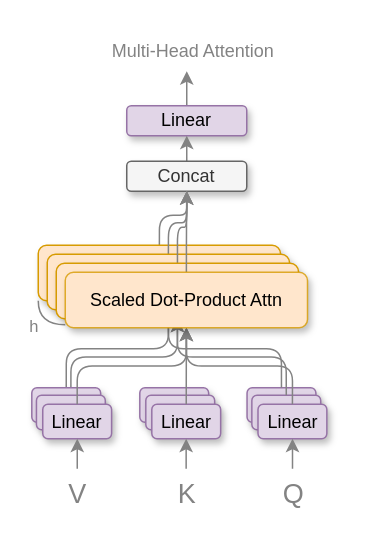
This is page "Page-2" (2 of 2) of transformer.drawio from saforem2/diagrams, a draw.io file, before an edit. Source tidied: cells renumbered, new cells numbered last; positions are measured from the earlier drawing's top-left corner, leaving out a move shared by most shapes. Both pictures are drawn from the tidied source at 150%, with x=0, y=0 at pixel (32, 32).
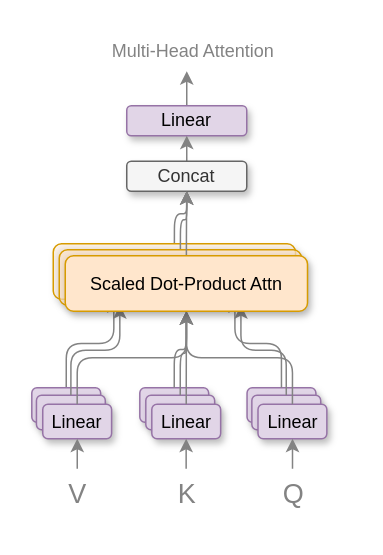
The same diagram, later.

Unchanged cells that the change refers to:
```xml
<mxCell id="5" value="K" style="text;html=1;align=center;verticalAlign=middle;points=[];strokeColor=none;fillColor=none;fontSize=18;fontFamily=IBM Plex Mono;fontColor=#838383;shadow=1;" parent="1" vertex="1">
  <mxGeometry x="88.1" y="291" width="29" height="34" as="geometry" />
</mxCell>
<mxCell id="10" value="Concat" style="whiteSpace=wrap;html=1;rounded=1;strokeColor=#666666;fontFamily=IBM Plex Mono;fontSize=12;fillColor=#f5f5f5;fontColor=#333333;shadow=1;" parent="1" vertex="1">
  <mxGeometry x="63" y="86" width="80" height="20" as="geometry" />
</mxCell>
<mxCell id="13" style="whiteSpace=wrap;html=1;strokeColor=#9673a6;fontFamily=IBM Plex Mono;fontSize=12;fillColor=#e1d5e7;rounded=1;fillOpacity=100;shadow=1;" parent="12" vertex="1">
  <mxGeometry width="45.9" height="23" as="geometry" />
</mxCell>
<mxCell id="14" style="whiteSpace=wrap;html=1;strokeColor=#9673a6;fontFamily=IBM Plex Mono;fontSize=12;fillColor=#e1d5e7;rounded=1;fillOpacity=100;shadow=1;" parent="12" vertex="1">
  <mxGeometry x="3.1" y="5" width="45.9" height="23" as="geometry" />
</mxCell>
<mxCell id="15" value="Linear" style="whiteSpace=wrap;html=1;strokeColor=#9673a6;fontFamily=IBM Plex Mono;fontSize=12;fillColor=#e1d5e7;rounded=1;shadow=1;fillOpacity=100;" parent="12" vertex="1">
  <mxGeometry x="7.3" y="11" width="45.9" height="23" as="geometry" />
</mxCell>
<mxCell id="16" style="whiteSpace=wrap;html=1;strokeColor=#9673a6;fontFamily=IBM Plex Mono;fontSize=12;fillColor=#e1d5e7;rounded=1;fillOpacity=100;shadow=1;" parent="12" vertex="1">
  <mxGeometry x="72" width="45.9" height="23" as="geometry" />
</mxCell>
<mxCell id="17" style="whiteSpace=wrap;html=1;strokeColor=#9673a6;fontFamily=IBM Plex Mono;fontSize=12;fillColor=#e1d5e7;rounded=1;fillOpacity=100;shadow=1;" parent="12" vertex="1">
  <mxGeometry x="76" y="5" width="45.9" height="23" as="geometry" />
</mxCell>
<mxCell id="18" value="Linear" style="whiteSpace=wrap;html=1;strokeColor=#9673a6;fontFamily=IBM Plex Mono;fontSize=12;fillColor=#e1d5e7;rounded=1;shadow=1;fillOpacity=100;" parent="12" vertex="1">
  <mxGeometry x="80" y="11" width="45.9" height="23" as="geometry" />
</mxCell>
<mxCell id="19" style="whiteSpace=wrap;html=1;strokeColor=#9673a6;fontFamily=IBM Plex Mono;fontSize=12;fillColor=#e1d5e7;rounded=1;fillOpacity=100;shadow=1;" parent="12" vertex="1">
  <mxGeometry x="143.5" width="45.9" height="23" as="geometry" />
</mxCell>
<mxCell id="20" style="whiteSpace=wrap;html=1;strokeColor=#9673a6;fontFamily=IBM Plex Mono;fontSize=12;fillColor=#e1d5e7;rounded=1;fillOpacity=100;shadow=1;" parent="12" vertex="1">
  <mxGeometry x="146.7" y="5" width="45.9" height="23" as="geometry" />
</mxCell>
```

Diff of the diagram source:
```diff
@@
-    <mxCell id="2" style="edgeStyle=orthogonalEdgeStyle;shape=connector;rounded=1;jettySize=auto;html=1;exitX=0.5;exitY=0;exitDx=0;exitDy=0;entryX=0.5;entryY=1;entryDx=0;entryDy=0;labelBackgroundColor=default;strokeColor=#838383;fontFamily=Helvetica;fontSize=12;fontColor=#838383;endArrow=classic;" parent="1" edge="1" source="14" target="34">
-      <mxGeometry relative="1" as="geometry" />
-    </mxCell>
+    <mxCell id="31" style="edgeStyle=orthogonalEdgeStyle;shape=connector;rounded=1;jettySize=auto;html=1;exitX=0.5;exitY=0;exitDx=0;exitDy=0;labelBackgroundColor=default;strokeColor=#838383;align=center;verticalAlign=middle;fontFamily=Helvetica;fontSize=12;fontColor=#838383;endArrow=classic;" parent="1" edge="1" source="32" target="10">
+      <mxGeometry relative="1" as="geometry" />
+    </mxCell>
+    <mxCell id="32" style="whiteSpace=wrap;html=1;strokeColor=#d79b00;fontFamily=IBM Plex Mono;fontSize=12;fillColor=#ffe6cc;rounded=1;fillOpacity=40;shadow=1;flipV=1;flipH=0;strokeOpacity=100;" parent="1" vertex="1">
+      <mxGeometry x="14" y="141" width="161.5" height="37" as="geometry" />
+    </mxCell>
+    <mxCell id="29" style="edgeStyle=orthogonalEdgeStyle;shape=connector;rounded=1;jettySize=auto;html=1;exitX=0.5;exitY=0;exitDx=0;exitDy=0;labelBackgroundColor=default;strokeColor=#838383;align=center;verticalAlign=middle;fontFamily=Helvetica;fontSize=12;fontColor=#838383;endArrow=classic;" parent="1" edge="1" source="30" target="10">
+      <mxGeometry relative="1" as="geometry" />
+    </mxCell>
+    <mxCell id="30" style="whiteSpace=wrap;html=1;strokeColor=#d79b00;fontFamily=IBM Plex Mono;fontSize=12;fillColor=#ffe6cc;rounded=1;fillOpacity=69;shadow=1;flipV=1;flipH=0;strokeOpacity=100;" parent="1" vertex="1">
+      <mxGeometry x="18" y="145" width="161.5" height="37" as="geometry" />
+    </mxCell>
-    <mxCell id="3" style="edgeStyle=orthogonalEdgeStyle;shape=connector;rounded=1;jettySize=auto;html=1;exitX=0.5;exitY=0;exitDx=0;exitDy=0;entryX=0.5;entryY=1;entryDx=0;entryDy=0;labelBackgroundColor=default;strokeColor=#838383;fontFamily=Helvetica;fontSize=12;fontColor=#838383;endArrow=classic;" parent="1" edge="1" source="13" target="32">
+    <mxCell id="3" style="edgeStyle=orthogonalEdgeStyle;shape=connector;rounded=1;jettySize=auto;html=1;exitX=0.5;exitY=0;exitDx=0;exitDy=0;entryX=0.25;entryY=1;entryDx=0;entryDy=0;labelBackgroundColor=default;strokeColor=#838383;fontFamily=Helvetica;fontSize=12;fontColor=#838383;endArrow=classic;" parent="1" edge="1" source="13" target="32">
       <mxGeometry relative="1" as="geometry" />
     </mxCell>
@@
-    <mxCell id="24" style="edgeStyle=orthogonalEdgeStyle;shape=connector;rounded=1;jettySize=auto;html=1;exitX=0.5;exitY=0;exitDx=0;exitDy=0;entryX=0.5;entryY=1;entryDx=0;entryDy=0;labelBackgroundColor=default;strokeColor=#838383;fontFamily=Helvetica;fontSize=12;fontColor=#838383;endArrow=classic;" parent="1" edge="1" source="15" target="38">
+    <mxCell id="24" style="edgeStyle=orthogonalEdgeStyle;shape=connector;rounded=1;jettySize=auto;html=1;exitX=0.5;exitY=0;exitDx=0;exitDy=0;entryX=0.5;entryY=1;entryDx=0;entryDy=0;labelBackgroundColor=default;strokeColor=#838383;fontFamily=Helvetica;fontSize=10;fontColor=#838383;endArrow=classic;" parent="1" edge="1" source="15" target="38">
       <mxGeometry relative="1" as="geometry" />
     </mxCell>
@@
-    <mxCell id="27" style="edgeStyle=orthogonalEdgeStyle;shape=connector;rounded=1;jettySize=auto;html=1;exitX=0.5;exitY=0;exitDx=0;exitDy=0;labelBackgroundColor=default;strokeColor=#838383;fontFamily=Helvetica;fontSize=12;fontColor=#838383;endArrow=classic;" parent="1" edge="1" source="20" target="34">
+    <mxCell id="27" style="edgeStyle=orthogonalEdgeStyle;shape=connector;rounded=1;jettySize=auto;html=1;exitX=0.5;exitY=0;exitDx=0;exitDy=0;labelBackgroundColor=default;strokeColor=#838383;fontFamily=Helvetica;fontSize=12;fontColor=#838383;endArrow=classic;entryX=0.75;entryY=1;entryDx=0;entryDy=0;" parent="1" edge="1" source="20" target="30">
       <mxGeometry relative="1" as="geometry" />
     </mxCell>
-    <mxCell id="28" style="edgeStyle=orthogonalEdgeStyle;shape=connector;rounded=1;jettySize=auto;html=1;exitX=0.5;exitY=0;exitDx=0;exitDy=0;labelBackgroundColor=default;strokeColor=#838383;fontFamily=Helvetica;fontSize=12;fontColor=#838383;endArrow=classic;" parent="1" edge="1" source="19" target="32">
+    <mxCell id="28" style="edgeStyle=orthogonalEdgeStyle;shape=connector;rounded=1;jettySize=auto;html=1;exitX=0.5;exitY=0;exitDx=0;exitDy=0;labelBackgroundColor=default;strokeColor=#838383;fontFamily=Helvetica;fontSize=12;fontColor=#838383;endArrow=classic;entryX=0.75;entryY=1;entryDx=0;entryDy=0;" parent="1" edge="1" source="19" target="32">
       <mxGeometry relative="1" as="geometry" />
     </mxCell>
-    <mxCell id="29" style="edgeStyle=orthogonalEdgeStyle;rounded=1;jettySize=auto;html=1;exitX=0.5;exitY=0;exitDx=0;exitDy=0;entryX=0.5;entryY=1;entryDx=0;entryDy=0;strokeColor=#838383;" parent="1" edge="1" source="30" target="10">
-      <mxGeometry relative="1" as="geometry" />
-    </mxCell>
-    <mxCell id="30" style="whiteSpace=wrap;html=1;strokeColor=#d79b00;fontFamily=IBM Plex Mono;fontSize=12;fillColor=#ffe6cc;rounded=1;fillOpacity=100;shadow=1;" parent="1" vertex="1">
-      <mxGeometry x="4" y="142" width="161.5" height="37" as="geometry" />
-    </mxCell>
-    <mxCell id="31" style="edgeStyle=orthogonalEdgeStyle;shape=connector;rounded=1;jettySize=auto;html=1;exitX=0.5;exitY=0;exitDx=0;exitDy=0;labelBackgroundColor=default;strokeColor=#838383;align=center;verticalAlign=middle;fontFamily=Helvetica;fontSize=11;fontColor=default;endArrow=classic;" parent="1" edge="1" source="32" target="10">
-      <mxGeometry relative="1" as="geometry" />
-    </mxCell>
-    <mxCell id="32" style="whiteSpace=wrap;html=1;strokeColor=#d79b00;fontFamily=IBM Plex Mono;fontSize=12;fillColor=#ffe6cc;rounded=1;fillOpacity=100;shadow=1;" parent="1" vertex="1">
-      <mxGeometry x="10" y="148" width="161.5" height="37" as="geometry" />
-    </mxCell>
-    <mxCell id="33" style="edgeStyle=orthogonalEdgeStyle;shape=connector;rounded=1;jettySize=auto;html=1;labelBackgroundColor=default;strokeColor=#838383;fontFamily=Helvetica;fontSize=12;fontColor=#838383;endArrow=none;endFill=0;" parent="1" edge="1" source="34" target="10">
-      <mxGeometry relative="1" as="geometry" />
-    </mxCell>
-    <mxCell id="34" style="whiteSpace=wrap;html=1;strokeColor=#d79b00;fontFamily=IBM Plex Mono;fontSize=12;fillColor=#ffe6cc;rounded=1;fillOpacity=100;strokeOpacity=100;shadow=1;" parent="1" vertex="1">
-      <mxGeometry x="16" y="154" width="161.5" height="37" as="geometry" />
-    </mxCell>
@@
-    <mxCell id="36" value="&lt;font style=&quot;font-size: 11px;&quot;&gt;h&lt;/font&gt;" style="edgeStyle=orthogonalEdgeStyle;shape=connector;jettySize=auto;html=1;entryX=0;entryY=1;entryDx=0;entryDy=0;labelBackgroundColor=default;strokeColor=#838383;fontFamily=IBM Plex Mono;fontSize=12;fontColor=#838383;endArrow=none;endFill=0;fillColor=#ffe6cc;curved=1;align=center;" parent="1" edge="1" target="30">
-      <mxGeometry x="0.06" y="3" relative="1" as="geometry">
-        <mxPoint x="22" y="195" as="sourcePoint" />
-        <Array as="points">
-          <mxPoint x="4" y="195" />
-        </Array>
-        <mxPoint y="1" as="offset" />
-      </mxGeometry>
-    </mxCell>
@@
+    <mxCell id="39" style="edgeStyle=orthogonalEdgeStyle;shape=connector;rounded=1;jettySize=auto;html=1;labelBackgroundColor=default;strokeColor=#838383;fontFamily=IBM Plex Mono;fontSize=12;fontColor=default;endArrow=classic;entryX=0.5;entryY=1;entryDx=0;entryDy=0;" parent="1" edge="1" source="5" target="18">
+      <mxGeometry relative="1" as="geometry" />
+    </mxCell>
+    <mxCell id="2" style="edgeStyle=orthogonalEdgeStyle;shape=connector;rounded=1;jettySize=auto;html=1;exitX=0.5;exitY=0;exitDx=0;exitDy=0;labelBackgroundColor=default;strokeColor=#838383;fontFamily=Helvetica;fontSize=12;fontColor=#838383;endArrow=classic;entryX=0.25;entryY=1;entryDx=0;entryDy=0;" parent="1" edge="1" source="14" target="30">
+      <mxGeometry relative="1" as="geometry" />
+    </mxCell>
+    <mxCell id="40" style="edgeStyle=orthogonalEdgeStyle;shape=connector;rounded=1;jettySize=auto;html=1;exitX=0.5;exitY=0;exitDx=0;exitDy=0;labelBackgroundColor=default;strokeColor=#838383;align=center;verticalAlign=middle;fontFamily=Helvetica;fontSize=12;fontColor=#838383;endArrow=classic;" parent="1" edge="1" source="17" target="38">
+      <mxGeometry relative="1" as="geometry" />
+    </mxCell>
+    <mxCell id="41" style="edgeStyle=orthogonalEdgeStyle;shape=connector;rounded=1;jettySize=auto;html=1;exitX=0.5;exitY=0;exitDx=0;exitDy=0;labelBackgroundColor=default;strokeColor=#838383;align=center;verticalAlign=middle;fontFamily=Helvetica;fontSize=12;fontColor=#838383;endArrow=classic;" parent="1" edge="1" source="16" target="38">
+      <mxGeometry relative="1" as="geometry" />
+    </mxCell>
-    <mxCell id="38" value="Scaled Dot-Product Attn" style="whiteSpace=wrap;html=1;strokeColor=#d79b00;fontFamily=IBM Plex Mono;fontSize=12;fillColor=#ffe6cc;rounded=1;strokeOpacity=80;shadow=1;" parent="1" vertex="1">
-      <mxGeometry x="22" y="160" width="161.5" height="37" as="geometry" />
+    <mxCell id="38" value="Scaled Dot-Product Attn" style="whiteSpace=wrap;html=1;strokeColor=#d79b00;fontFamily=IBM Plex Mono;fontSize=12;fillColor=#ffe6cc;rounded=1;strokeOpacity=100;shadow=1;flipV=1;flipH=0;fillOpacity=100;" parent="1" vertex="1">
+      <mxGeometry x="22" y="149" width="161.5" height="37" as="geometry" />
     </mxCell>
-    <mxCell id="39" style="edgeStyle=orthogonalEdgeStyle;shape=connector;rounded=1;jettySize=auto;html=1;labelBackgroundColor=default;strokeColor=#838383;fontFamily=IBM Plex Mono;fontSize=12;fontColor=default;endArrow=classic;entryX=0.5;entryY=1;entryDx=0;entryDy=0;" parent="1" edge="1" source="5" target="18">
-      <mxGeometry relative="1" as="geometry" />
-    </mxCell>
```
